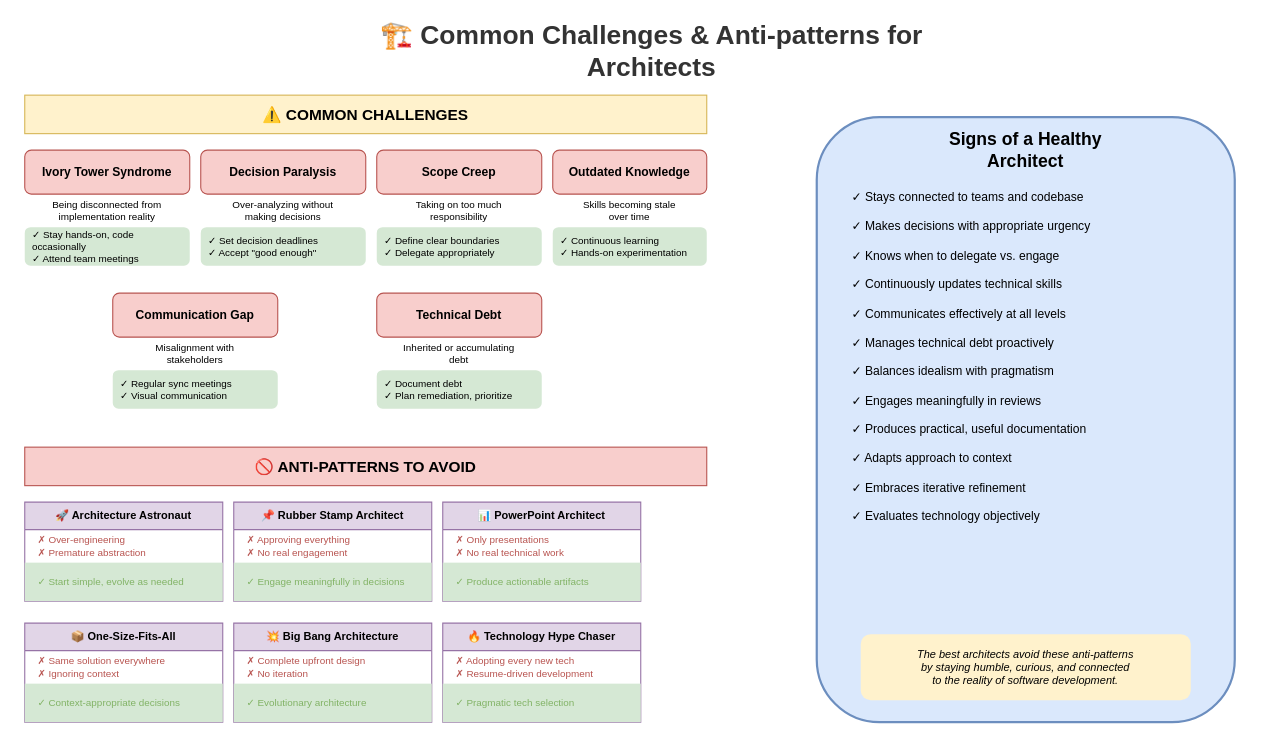
MrParkerZ7/document-lesson-software-architect-x-claude keeps this draw.io diagram as lesson-00-software-architect-overview/03-common-challenges/3.1-challenges-antipatterns.drawio. Above is the earlier version. Source tidied: cells renumbered, new cells numbered last; positions are measured from the earlier drawing's top-left corner, leaving out a move shared by most shapes. Both pictures are drawn from the tidied source at 110%, with x=0, y=0 at pixel (24, 29).
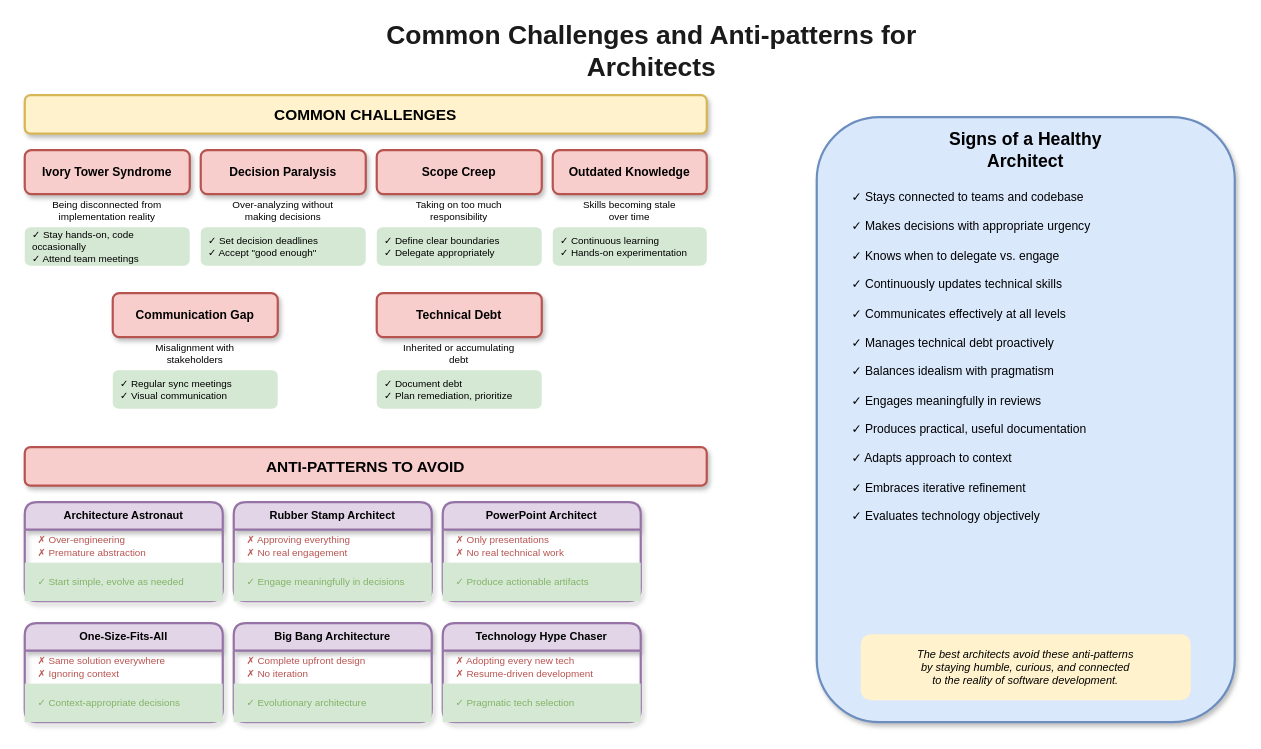
The same page after the edit.

The edit, as a diff of the source:
```diff
@@
-    <mxCell id="2" value="🏗️ Common Challenges &amp; Anti-patterns for Architects" style="text;html=1;strokeColor=none;fillColor=none;align=center;verticalAlign=middle;whiteSpace=wrap;rounded=0;fontSize=24;fontStyle=1;fontColor=#333333;" parent="1" vertex="1">
+    <mxCell id="2" value="Common Challenges and Anti-patterns for Architects" style="text;html=1;strokeColor=none;fillColor=none;align=center;verticalAlign=middle;whiteSpace=wrap;rounded=0;fontSize=24;fontStyle=1;fontColor=#1a1a1a;" parent="1" vertex="1">
       <mxGeometry x="270" width="600" height="40" as="geometry" />
     </mxCell>
-    <mxCell id="3" value="⚠️ COMMON CHALLENGES" style="rounded=0;whiteSpace=wrap;html=1;fillColor=#fff2cc;strokeColor=#d6b656;fontSize=14;fontStyle=1;" parent="1" vertex="1">
+    <mxCell id="3" value="COMMON CHALLENGES" style="rounded=1;whiteSpace=wrap;html=1;fillColor=#fff2cc;strokeColor=#d6b656;fontSize=14;fontStyle=1;shadow=1;strokeWidth=2;" parent="1" vertex="1">
       <mxGeometry y="60" width="620" height="35" as="geometry" />
     </mxCell>
-    <mxCell id="4" value="Ivory Tower Syndrome" style="rounded=1;whiteSpace=wrap;html=1;fillColor=#f8cecc;strokeColor=#b85450;fontSize=11;fontStyle=1;" parent="1" vertex="1">
+    <mxCell id="4" value="Ivory Tower Syndrome" style="rounded=1;whiteSpace=wrap;html=1;fillColor=#f8cecc;strokeColor=#b85450;fontSize=11;fontStyle=1;shadow=1;strokeWidth=2;" parent="1" vertex="1">
       <mxGeometry y="110" width="150" height="40" as="geometry" />
     </mxCell>
@@
-    <mxCell id="7" value="Decision Paralysis" style="rounded=1;whiteSpace=wrap;html=1;fillColor=#f8cecc;strokeColor=#b85450;fontSize=11;fontStyle=1;" parent="1" vertex="1">
+    <mxCell id="7" value="Decision Paralysis" style="rounded=1;whiteSpace=wrap;html=1;fillColor=#f8cecc;strokeColor=#b85450;fontSize=11;fontStyle=1;shadow=1;strokeWidth=2;" parent="1" vertex="1">
       <mxGeometry x="160" y="110" width="150" height="40" as="geometry" />
     </mxCell>
@@
-    <mxCell id="10" value="Scope Creep" style="rounded=1;whiteSpace=wrap;html=1;fillColor=#f8cecc;strokeColor=#b85450;fontSize=11;fontStyle=1;" parent="1" vertex="1">
+    <mxCell id="10" value="Scope Creep" style="rounded=1;whiteSpace=wrap;html=1;fillColor=#f8cecc;strokeColor=#b85450;fontSize=11;fontStyle=1;shadow=1;strokeWidth=2;" parent="1" vertex="1">
       <mxGeometry x="320" y="110" width="150" height="40" as="geometry" />
     </mxCell>
@@
-    <mxCell id="13" value="Outdated Knowledge" style="rounded=1;whiteSpace=wrap;html=1;fillColor=#f8cecc;strokeColor=#b85450;fontSize=11;fontStyle=1;" parent="1" vertex="1">
+    <mxCell id="13" value="Outdated Knowledge" style="rounded=1;whiteSpace=wrap;html=1;fillColor=#f8cecc;strokeColor=#b85450;fontSize=11;fontStyle=1;shadow=1;strokeWidth=2;" parent="1" vertex="1">
       <mxGeometry x="480" y="110" width="140" height="40" as="geometry" />
     </mxCell>
@@
-    <mxCell id="16" value="Communication Gap" style="rounded=1;whiteSpace=wrap;html=1;fillColor=#f8cecc;strokeColor=#b85450;fontSize=11;fontStyle=1;" parent="1" vertex="1">
+    <mxCell id="16" value="Communication Gap" style="rounded=1;whiteSpace=wrap;html=1;fillColor=#f8cecc;strokeColor=#b85450;fontSize=11;fontStyle=1;shadow=1;strokeWidth=2;" parent="1" vertex="1">
       <mxGeometry x="80" y="240" width="150" height="40" as="geometry" />
     </mxCell>
@@
-    <mxCell id="19" value="Technical Debt" style="rounded=1;whiteSpace=wrap;html=1;fillColor=#f8cecc;strokeColor=#b85450;fontSize=11;fontStyle=1;" parent="1" vertex="1">
+    <mxCell id="19" value="Technical Debt" style="rounded=1;whiteSpace=wrap;html=1;fillColor=#f8cecc;strokeColor=#b85450;fontSize=11;fontStyle=1;shadow=1;strokeWidth=2;" parent="1" vertex="1">
       <mxGeometry x="320" y="240" width="150" height="40" as="geometry" />
     </mxCell>
@@
-    <mxCell id="22" value="🚫 ANTI-PATTERNS TO AVOID" style="rounded=0;whiteSpace=wrap;html=1;fillColor=#f8cecc;strokeColor=#b85450;fontSize=14;fontStyle=1;" parent="1" vertex="1">
+    <mxCell id="22" value="ANTI-PATTERNS TO AVOID" style="rounded=1;whiteSpace=wrap;html=1;fillColor=#f8cecc;strokeColor=#b85450;fontSize=14;fontStyle=1;shadow=1;strokeWidth=2;" parent="1" vertex="1">
       <mxGeometry y="380" width="620" height="35" as="geometry" />
     </mxCell>
-    <mxCell id="23" value="🚀 Architecture Astronaut" style="swimlane;fontStyle=1;align=center;verticalAlign=top;horizontal=1;startSize=25;fillColor=#e1d5e7;strokeColor=#9673a6;fontSize=10;" parent="1" vertex="1">
+    <mxCell id="23" value="Architecture Astronaut" style="swimlane;fontStyle=1;align=center;verticalAlign=top;horizontal=1;startSize=25;fillColor=#e1d5e7;strokeColor=#9673a6;fontSize=10;shadow=1;strokeWidth=2;rounded=1;" parent="1" vertex="1">
       <mxGeometry y="430" width="180" height="90" as="geometry" />
     </mxCell>
@@
-    <mxCell id="26" value="📌 Rubber Stamp Architect" style="swimlane;fontStyle=1;align=center;verticalAlign=top;horizontal=1;startSize=25;fillColor=#e1d5e7;strokeColor=#9673a6;fontSize=10;" parent="1" vertex="1">
+    <mxCell id="26" value="Rubber Stamp Architect" style="swimlane;fontStyle=1;align=center;verticalAlign=top;horizontal=1;startSize=25;fillColor=#e1d5e7;strokeColor=#9673a6;fontSize=10;shadow=1;strokeWidth=2;rounded=1;" parent="1" vertex="1">
       <mxGeometry x="190" y="430" width="180" height="90" as="geometry" />
     </mxCell>
@@
-    <mxCell id="29" value="📊 PowerPoint Architect" style="swimlane;fontStyle=1;align=center;verticalAlign=top;horizontal=1;startSize=25;fillColor=#e1d5e7;strokeColor=#9673a6;fontSize=10;" parent="1" vertex="1">
+    <mxCell id="29" value="PowerPoint Architect" style="swimlane;fontStyle=1;align=center;verticalAlign=top;horizontal=1;startSize=25;fillColor=#e1d5e7;strokeColor=#9673a6;fontSize=10;shadow=1;strokeWidth=2;rounded=1;" parent="1" vertex="1">
       <mxGeometry x="380" y="430" width="180" height="90" as="geometry" />
     </mxCell>
@@
-    <mxCell id="32" value="📦 One-Size-Fits-All" style="swimlane;fontStyle=1;align=center;verticalAlign=top;horizontal=1;startSize=25;fillColor=#e1d5e7;strokeColor=#9673a6;fontSize=10;" parent="1" vertex="1">
+    <mxCell id="32" value="One-Size-Fits-All" style="swimlane;fontStyle=1;align=center;verticalAlign=top;horizontal=1;startSize=25;fillColor=#e1d5e7;strokeColor=#9673a6;fontSize=10;shadow=1;strokeWidth=2;rounded=1;" parent="1" vertex="1">
       <mxGeometry y="540" width="180" height="90" as="geometry" />
     </mxCell>
@@
-    <mxCell id="35" value="💥 Big Bang Architecture" style="swimlane;fontStyle=1;align=center;verticalAlign=top;horizontal=1;startSize=25;fillColor=#e1d5e7;strokeColor=#9673a6;fontSize=10;" parent="1" vertex="1">
+    <mxCell id="35" value="Big Bang Architecture" style="swimlane;fontStyle=1;align=center;verticalAlign=top;horizontal=1;startSize=25;fillColor=#e1d5e7;strokeColor=#9673a6;fontSize=10;shadow=1;strokeWidth=2;rounded=1;" parent="1" vertex="1">
       <mxGeometry x="190" y="540" width="180" height="90" as="geometry" />
     </mxCell>
@@
-    <mxCell id="38" value="🔥 Technology Hype Chaser" style="swimlane;fontStyle=1;align=center;verticalAlign=top;horizontal=1;startSize=25;fillColor=#e1d5e7;strokeColor=#9673a6;fontSize=10;" parent="1" vertex="1">
+    <mxCell id="38" value="Technology Hype Chaser" style="swimlane;fontStyle=1;align=center;verticalAlign=top;horizontal=1;startSize=25;fillColor=#e1d5e7;strokeColor=#9673a6;fontSize=10;shadow=1;strokeWidth=2;rounded=1;" parent="1" vertex="1">
       <mxGeometry x="380" y="540" width="180" height="90" as="geometry" />
     </mxCell>
@@
-    <mxCell id="41" style="rounded=1;whiteSpace=wrap;html=1;fillColor=#dae8fc;strokeColor=#6c8ebf;strokeWidth=2;" parent="1" vertex="1">
+    <mxCell id="41" style="rounded=1;whiteSpace=wrap;html=1;fillColor=#dae8fc;strokeColor=#6c8ebf;strokeWidth=2;shadow=1;" parent="1" vertex="1">
       <mxGeometry x="720" y="80" width="380" height="550" as="geometry" />
     </mxCell>
```
